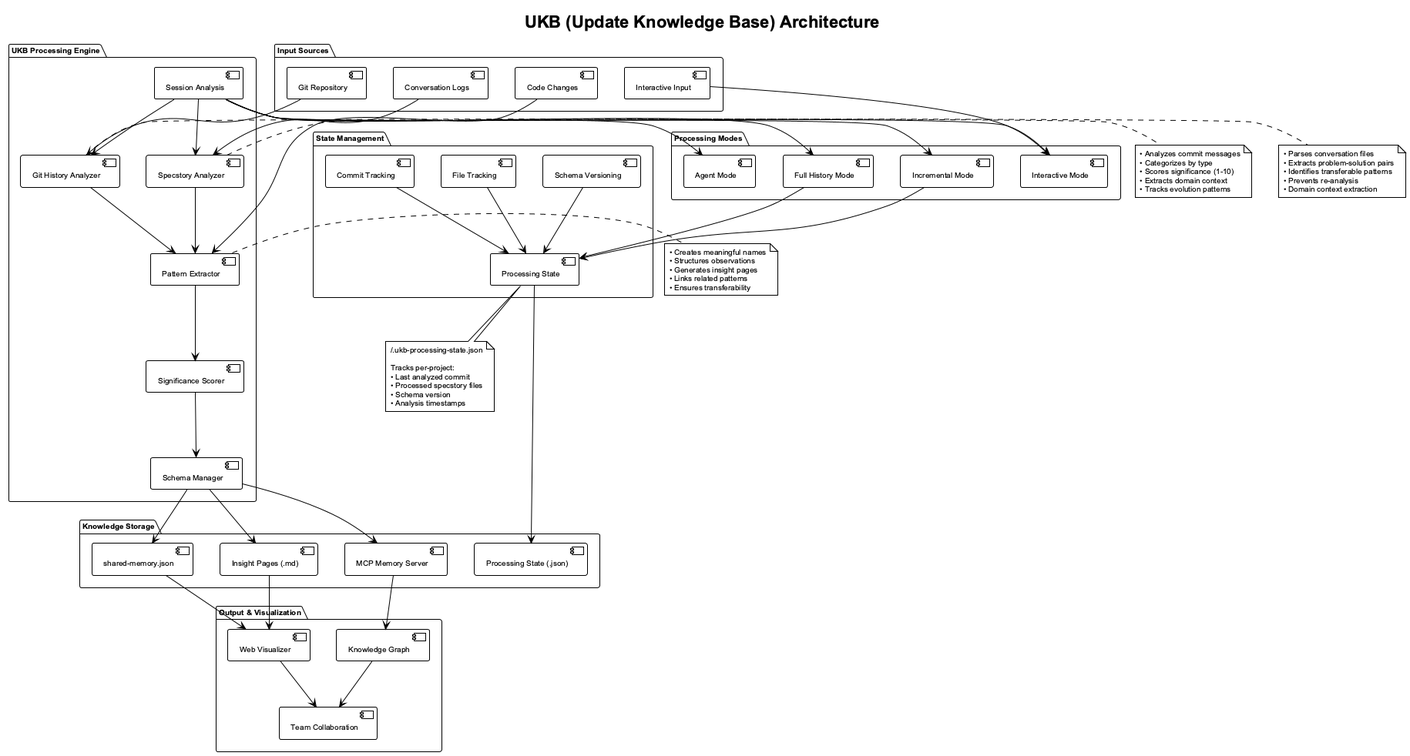
fwornle/coding keeps this PlantUML diagram as docs/images/ukb-architecture.png. Above is the earlier version.
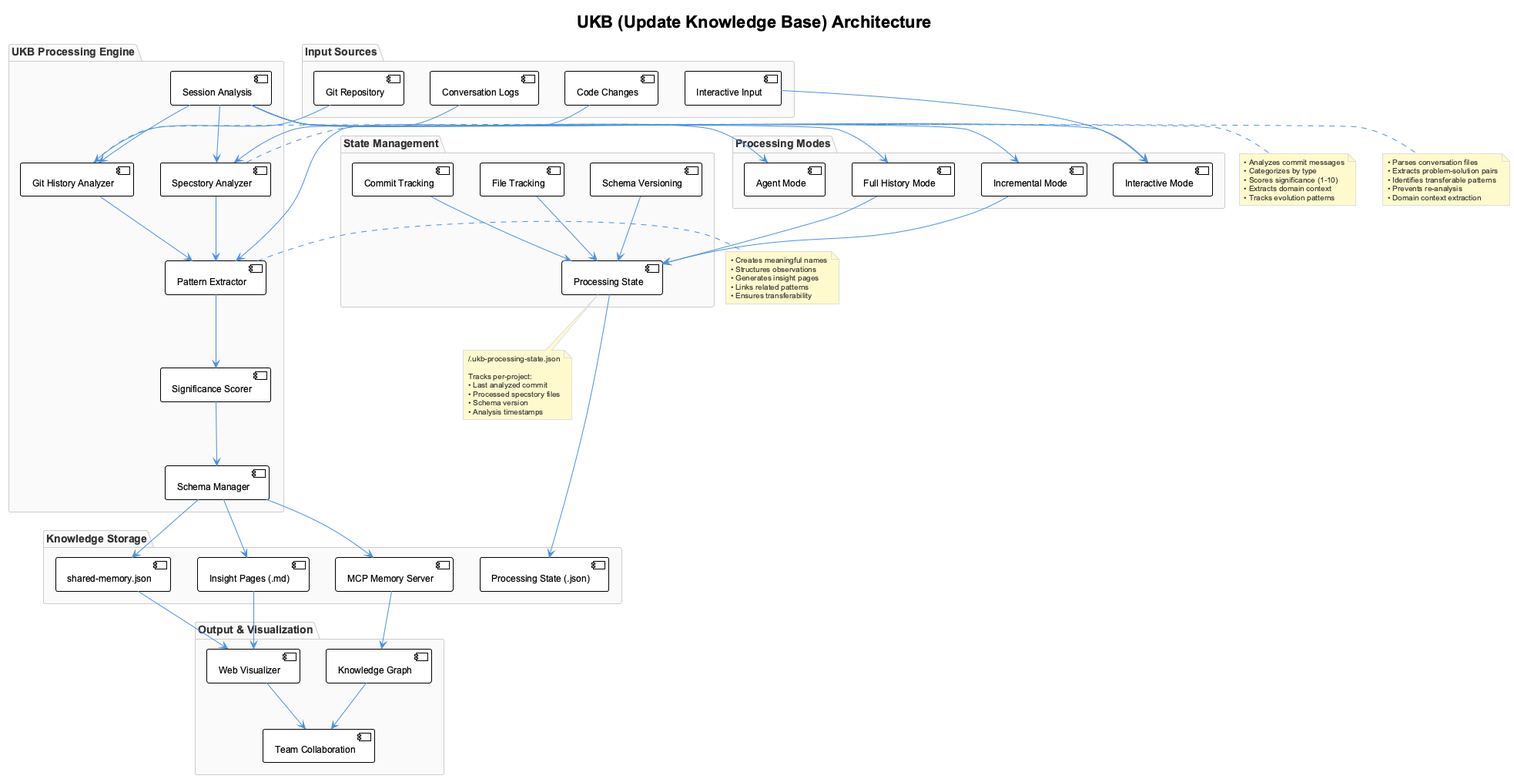
Above is the later version.

Change to the diagram source:
```diff
@@ -1,8 +1,6 @@
 @startuml ukb-architecture
-!theme plain
-skinparam backgroundColor #FFFFFF
-skinparam defaultFontName Arial
-skinparam defaultFontSize 10
+!include _standard-style.puml
+
 
 title UKB (Update Knowledge Base) Architecture
 
```
